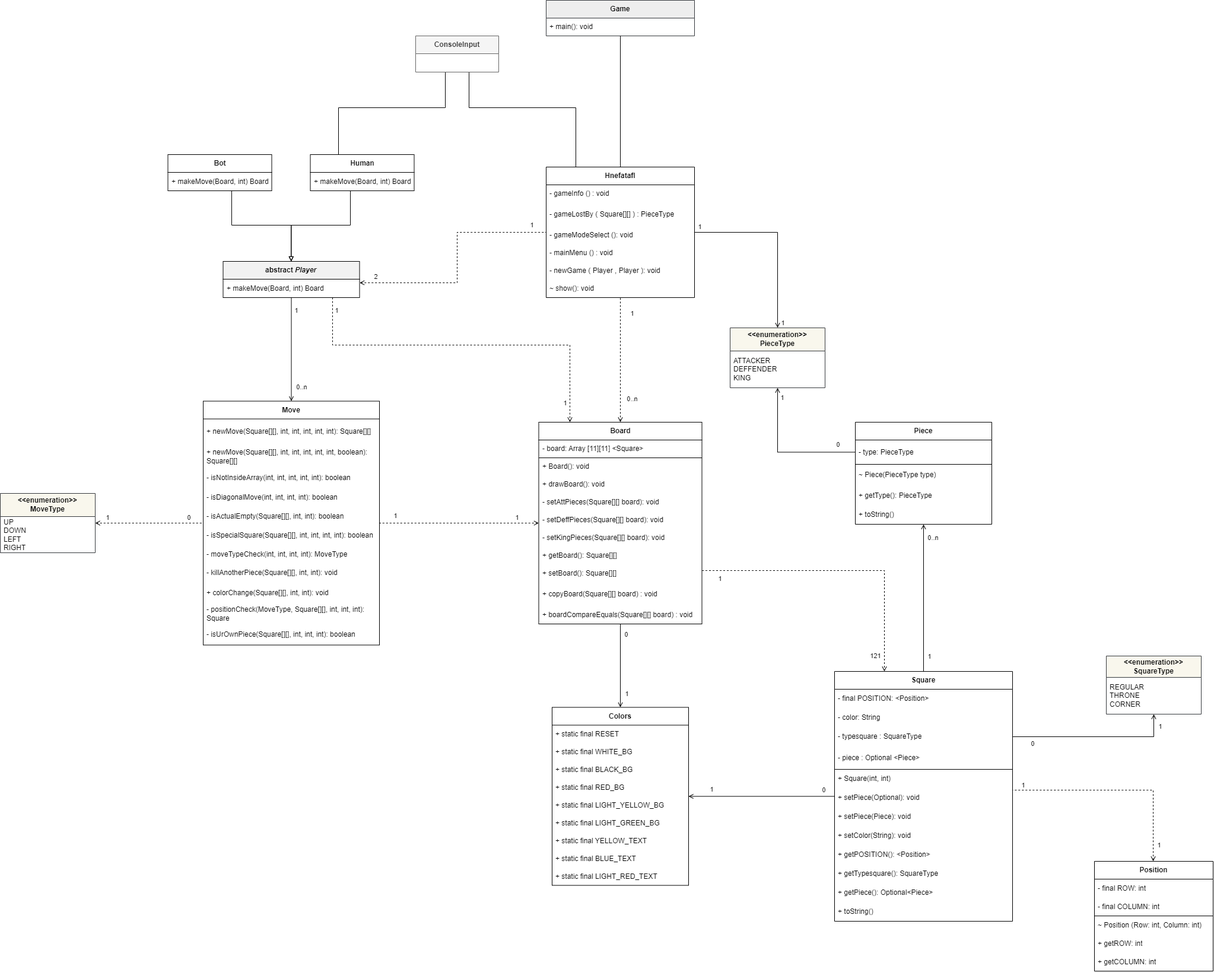
Before: diagrams/ClassDiagram.drawio.png, a diagram exported from draw.io (jvazmor497/Hnefatafl). Source tidied: cells renumbered, new cells last; positions are measured from the earlier drawing's top-left corner, leaving out a move shared by most shapes.
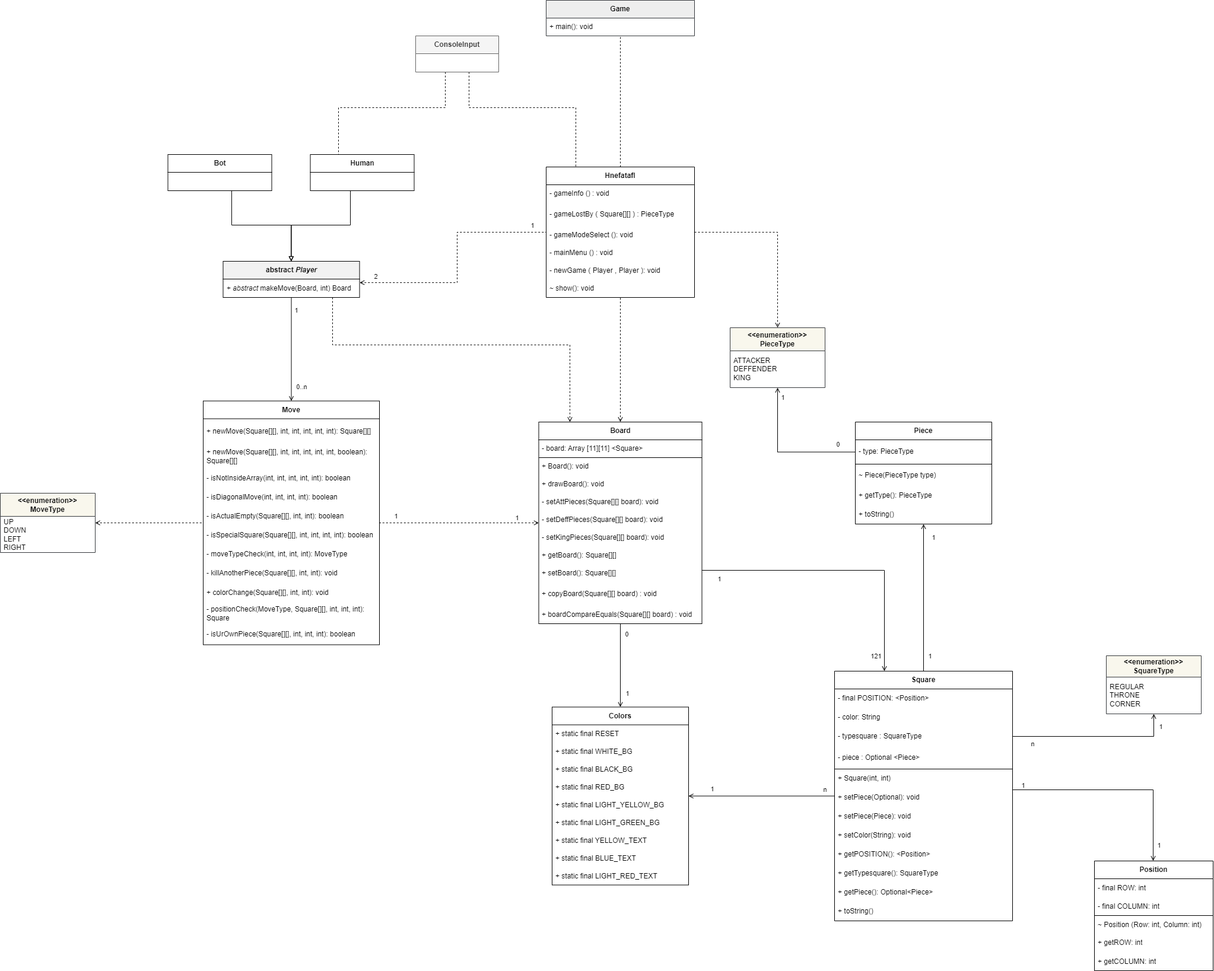
The same file after the commit.

Commit message:
Corregido diagrama de clases

Change to the diagram source:
```diff
@@ -18,17 +18,7 @@
     <mxCell id="5" style="edgeStyle=orthogonalEdgeStyle;rounded=0;jettySize=auto;html=1;startArrow=open;startFill=0;endArrow=none;endFill=0;dashed=1;" parent="1" edge="1" source="11" target="83">
       <mxGeometry relative="1" as="geometry" />
     </mxCell>
-    <mxCell id="6" value="0..n" style="edgeLabel;html=1;align=center;verticalAlign=middle;" parent="5" vertex="1">
-      <mxGeometry x="-0.63" y="1" relative="1" as="geometry">
-        <mxPoint x="21" as="offset" />
-      </mxGeometry>
-    </mxCell>
-    <mxCell id="7" value="1" style="edgeLabel;html=1;align=center;verticalAlign=middle;" parent="5" vertex="1">
-      <mxGeometry x="0.75" y="-3" relative="1" as="geometry">
-        <mxPoint x="17" as="offset" />
-      </mxGeometry>
-    </mxCell>
-    <mxCell id="8" style="edgeStyle=orthogonalEdgeStyle;rounded=0;jettySize=auto;html=1;endArrow=open;endFill=0;startArrow=none;startFill=0;dashed=1;" parent="1" edge="1" source="11" target="46">
+    <mxCell id="8" style="edgeStyle=orthogonalEdgeStyle;rounded=0;jettySize=auto;html=1;endArrow=open;endFill=0;startArrow=none;startFill=0;" parent="1" edge="1" source="11" target="46">
       <mxGeometry relative="1" as="geometry">
         <Array as="points">
           <mxPoint x="1490" y="961" />
@@ -133,20 +123,10 @@
         </Array>
       </mxGeometry>
     </mxCell>
-    <mxCell id="34" value="1" style="edgeLabel;html=1;align=center;verticalAlign=middle;" parent="33" vertex="1">
-      <mxGeometry x="0.89" y="-1" relative="1" as="geometry">
-        <mxPoint x="-7" as="offset" />
-      </mxGeometry>
-    </mxCell>
-    <mxCell id="35" value="1" style="edgeLabel;html=1;align=center;verticalAlign=middle;" parent="33" vertex="1">
-      <mxGeometry x="-0.93" y="-2" relative="1" as="geometry">
-        <mxPoint x="9" as="offset" />
-      </mxGeometry>
-    </mxCell>
     <mxCell id="36" value="&lt;b style=&quot;&quot;&gt;abstract&lt;i&gt; Player&lt;/i&gt;&lt;/b&gt;" style="swimlane;fontStyle=0;horizontal=1;startSize=30;whiteSpace=wrap;html=1;flipH=1;fillColor=#F2F2F2;" parent="1" vertex="1">
       <mxGeometry x="375.5" y="440" width="230" height="61" as="geometry" />
     </mxCell>
-    <mxCell id="37" value="+ makeMove(Board, int) Board" style="text;strokeColor=none;fillColor=none;align=left;verticalAlign=middle;spacingLeft=4;spacingRight=4;overflow=hidden;whiteSpace=wrap;html=1;" parent="36" vertex="1">
+    <mxCell id="37" value="+ &lt;i&gt;abstract&lt;/i&gt; makeMove(Board, int) Board" style="text;strokeColor=none;fillColor=none;align=left;verticalAlign=middle;spacingLeft=4;spacingRight=4;overflow=hidden;whiteSpace=wrap;html=1;" parent="36" vertex="1">
       <mxGeometry y="30" width="230" height="31" as="geometry" />
     </mxCell>
     <mxCell id="38" value="&lt;b&gt;Game&lt;/b&gt;" style="swimlane;fontStyle=0;horizontal=1;startSize=30;whiteSpace=wrap;html=1;flipH=1;fillColor=#eeeeee;strokeColor=#36393d;shadow=0;rounded=0;glass=0;swimlaneLine=1;" parent="1" vertex="1">
@@ -158,7 +138,7 @@
     <mxCell id="40" style="edgeStyle=orthogonalEdgeStyle;rounded=0;jettySize=auto;html=1;startArrow=none;startFill=0;endArrow=open;endFill=0;" parent="1" edge="1" source="46" target="111">
       <mxGeometry relative="1" as="geometry" />
     </mxCell>
-    <mxCell id="41" value="0" style="edgeLabel;html=1;align=center;verticalAlign=middle;" parent="40" vertex="1">
+    <mxCell id="41" value="n" style="edgeLabel;html=1;align=center;verticalAlign=middle;" parent="40" vertex="1">
       <mxGeometry x="-0.86" y="-1" relative="1" as="geometry">
         <mxPoint y="-10" as="offset" />
       </mxGeometry>
@@ -171,7 +151,7 @@
     <mxCell id="43" style="edgeStyle=orthogonalEdgeStyle;rounded=0;jettySize=auto;html=1;startArrow=none;startFill=0;endArrow=open;endFill=0;" parent="1" edge="1" source="46" target="23">
       <mxGeometry relative="1" as="geometry" />
     </mxCell>
-    <mxCell id="44" value="0..n" style="edgeLabel;html=1;align=center;verticalAlign=middle;" parent="43" vertex="1">
+    <mxCell id="44" value="1" style="edgeLabel;html=1;align=center;verticalAlign=middle;" parent="43" vertex="1">
       <mxGeometry x="0.82" y="1" relative="1" as="geometry">
         <mxPoint x="17" as="offset" />
       </mxGeometry>
@@ -253,7 +233,7 @@
     <mxCell id="69" style="edgeStyle=orthogonalEdgeStyle;rounded=0;jettySize=auto;html=1;endArrow=none;endFill=0;startArrow=open;startFill=0;" parent="1" edge="1" source="72" target="49">
       <mxGeometry relative="1" as="geometry" />
     </mxCell>
-    <mxCell id="70" value="0" style="edgeLabel;html=1;align=center;verticalAlign=middle;" parent="69" vertex="1">
+    <mxCell id="70" value="n" style="edgeLabel;html=1;align=center;verticalAlign=middle;" parent="69" vertex="1">
       <mxGeometry x="0.76" y="1" relative="1" as="geometry">
         <mxPoint y="11" as="offset" />
       </mxGeometry>
@@ -272,9 +252,6 @@
     <mxCell id="74" value="&lt;b&gt;Human&lt;/b&gt;" style="swimlane;fontStyle=0;horizontal=1;startSize=30;whiteSpace=wrap;html=1;flipH=1;" parent="1" vertex="1">
       <mxGeometry x="522.5" y="260" width="175" height="61" as="geometry" />
     </mxCell>
-    <mxCell id="75" value="+ makeMove(Board, int) Board" style="text;strokeColor=none;fillColor=none;align=left;verticalAlign=middle;spacingLeft=4;spacingRight=4;overflow=hidden;whiteSpace=wrap;html=1;" parent="74" vertex="1">
-      <mxGeometry y="30" width="175" height="31" as="geometry" />
-    </mxCell>
     <mxCell id="76" style="edgeStyle=orthogonalEdgeStyle;rounded=0;jettySize=auto;html=1;startArrow=none;startFill=0;endArrow=block;endFill=0;" parent="1" edge="1" source="77" target="36">
       <mxGeometry relative="1" as="geometry">
         <Array as="points">
@@ -286,25 +263,12 @@
     <mxCell id="77" value="&lt;b&gt;Bot&lt;/b&gt;" style="swimlane;fontStyle=0;horizontal=1;startSize=30;whiteSpace=wrap;html=1;flipH=1;" parent="1" vertex="1">
       <mxGeometry x="282.5" y="260" width="175" height="61" as="geometry" />
     </mxCell>
-    <mxCell id="78" value="+ makeMove(Board, int) Board" style="text;strokeColor=none;fillColor=none;align=left;verticalAlign=middle;spacingLeft=4;spacingRight=4;overflow=hidden;whiteSpace=wrap;html=1;" parent="77" vertex="1">
-      <mxGeometry y="30" width="175" height="31" as="geometry" />
-    </mxCell>
-    <mxCell id="79" style="edgeStyle=orthogonalEdgeStyle;rounded=0;jettySize=auto;html=1;startArrow=none;startFill=0;endArrow=none;endFill=0;" parent="1" edge="1" source="83" target="38">
+    <mxCell id="79" style="edgeStyle=orthogonalEdgeStyle;rounded=0;jettySize=auto;html=1;startArrow=none;startFill=0;endArrow=none;endFill=0;dashed=1;" parent="1" edge="1" source="83" target="38">
       <mxGeometry relative="1" as="geometry" />
     </mxCell>
-    <mxCell id="80" style="edgeStyle=orthogonalEdgeStyle;rounded=0;jettySize=auto;html=1;endArrow=open;endFill=0;" parent="1" edge="1" source="83" target="67">
+    <mxCell id="80" style="edgeStyle=orthogonalEdgeStyle;rounded=0;jettySize=auto;html=1;endArrow=open;endFill=0;dashed=1;" parent="1" edge="1" source="83" target="67">
       <mxGeometry relative="1" as="geometry" />
     </mxCell>
-    <mxCell id="81" value="1" style="edgeLabel;html=1;align=center;verticalAlign=middle;" parent="80" vertex="1">
-      <mxGeometry x="0.95" y="-2" relative="1" as="geometry">
-        <mxPoint x="11" as="offset" />
-      </mxGeometry>
-    </mxCell>
-    <mxCell id="82" value="1" style="edgeLabel;html=1;align=center;verticalAlign=middle;" parent="80" vertex="1">
-      <mxGeometry x="-0.94" y="-3" relative="1" as="geometry">
-        <mxPoint y="-12" as="offset" />
-      </mxGeometry>
-    </mxCell>
     <mxCell id="83" value="&lt;b&gt;Hnefatafl&lt;/b&gt;" style="swimlane;fontStyle=0;horizontal=1;startSize=30;whiteSpace=wrap;html=1;flipH=1;" parent="1" vertex="1">
       <mxGeometry x="920" y="281" width="250" height="220" as="geometry" />
     </mxCell>
@@ -375,7 +339,7 @@
     <mxCell id="104" value="-&amp;nbsp;isUrOwnPiece(Square[][], int, int, int): boolean" style="text;strokeColor=none;fillColor=none;align=left;verticalAlign=middle;spacingLeft=4;spacingRight=4;overflow=hidden;whiteSpace=wrap;html=1;" parent="93" vertex="1">
       <mxGeometry y="376" width="297" height="35" as="geometry" />
     </mxCell>
-    <mxCell id="105" style="edgeStyle=orthogonalEdgeStyle;rounded=0;jettySize=auto;html=1;startArrow=none;startFill=0;endArrow=none;endFill=0;" parent="1" edge="1" source="107" target="74">
+    <mxCell id="105" style="edgeStyle=orthogonalEdgeStyle;rounded=0;jettySize=auto;html=1;startArrow=none;startFill=0;endArrow=none;endFill=0;dashed=1;" parent="1" edge="1" source="107" target="74">
       <mxGeometry relative="1" as="geometry">
         <Array as="points">
           <mxPoint x="750" y="181" />
@@ -383,7 +347,7 @@
         </Array>
       </mxGeometry>
     </mxCell>
-    <mxCell id="106" style="edgeStyle=orthogonalEdgeStyle;rounded=0;jettySize=auto;html=1;startArrow=none;startFill=0;endArrow=none;endFill=0;" parent="1" edge="1" source="107" target="83">
+    <mxCell id="106" style="edgeStyle=orthogonalEdgeStyle;rounded=0;jettySize=auto;html=1;startArrow=none;startFill=0;endArrow=none;endFill=0;dashed=1;" parent="1" edge="1" source="107" target="83">
       <mxGeometry relative="1" as="geometry">
         <Array as="points">
           <mxPoint x="790" y="181" />
@@ -450,7 +414,7 @@
         <mxPoint x="10" y="-6" as="offset" />
       </mxGeometry>
     </mxCell>
-    <mxCell id="124" style="edgeStyle=orthogonalEdgeStyle;rounded=0;jettySize=auto;html=1;endArrow=none;endFill=0;startArrow=open;startFill=0;dashed=1;" parent="1" edge="1" source="60" target="46">
+    <mxCell id="124" style="edgeStyle=orthogonalEdgeStyle;rounded=0;jettySize=auto;html=1;endArrow=none;endFill=0;startArrow=open;startFill=0;" parent="1" edge="1" source="60" target="46">
       <mxGeometry relative="1" as="geometry">
         <Array as="points">
           <mxPoint x="1943" y="1331" />
@@ -475,16 +439,6 @@
         </Array>
       </mxGeometry>
     </mxCell>
-    <mxCell id="128" value="1" style="edgeLabel;html=1;align=center;verticalAlign=middle;" parent="127" vertex="1">
-      <mxGeometry x="-0.77" y="-4" relative="1" as="geometry">
-        <mxPoint y="-13" as="offset" />
-      </mxGeometry>
-    </mxCell>
-    <mxCell id="129" value="0" style="edgeLabel;html=1;align=center;verticalAlign=middle;" parent="127" vertex="1">
-      <mxGeometry x="0.73" y="-4" relative="1" as="geometry">
-        <mxPoint y="-13" as="offset" />
-      </mxGeometry>
-    </mxCell>
     <mxCell id="130" value="&lt;b&gt;&amp;lt;&amp;lt;enumeration&amp;gt;&amp;gt; MoveType&lt;/b&gt;" style="swimlane;fontStyle=0;horizontal=1;startSize=39;whiteSpace=wrap;html=1;fillColor=#f9f7ed;strokeColor=#36393d;" parent="1" vertex="1">
       <mxGeometry y="831" width="160" height="100" as="geometry" />
     </mxCell>
```
